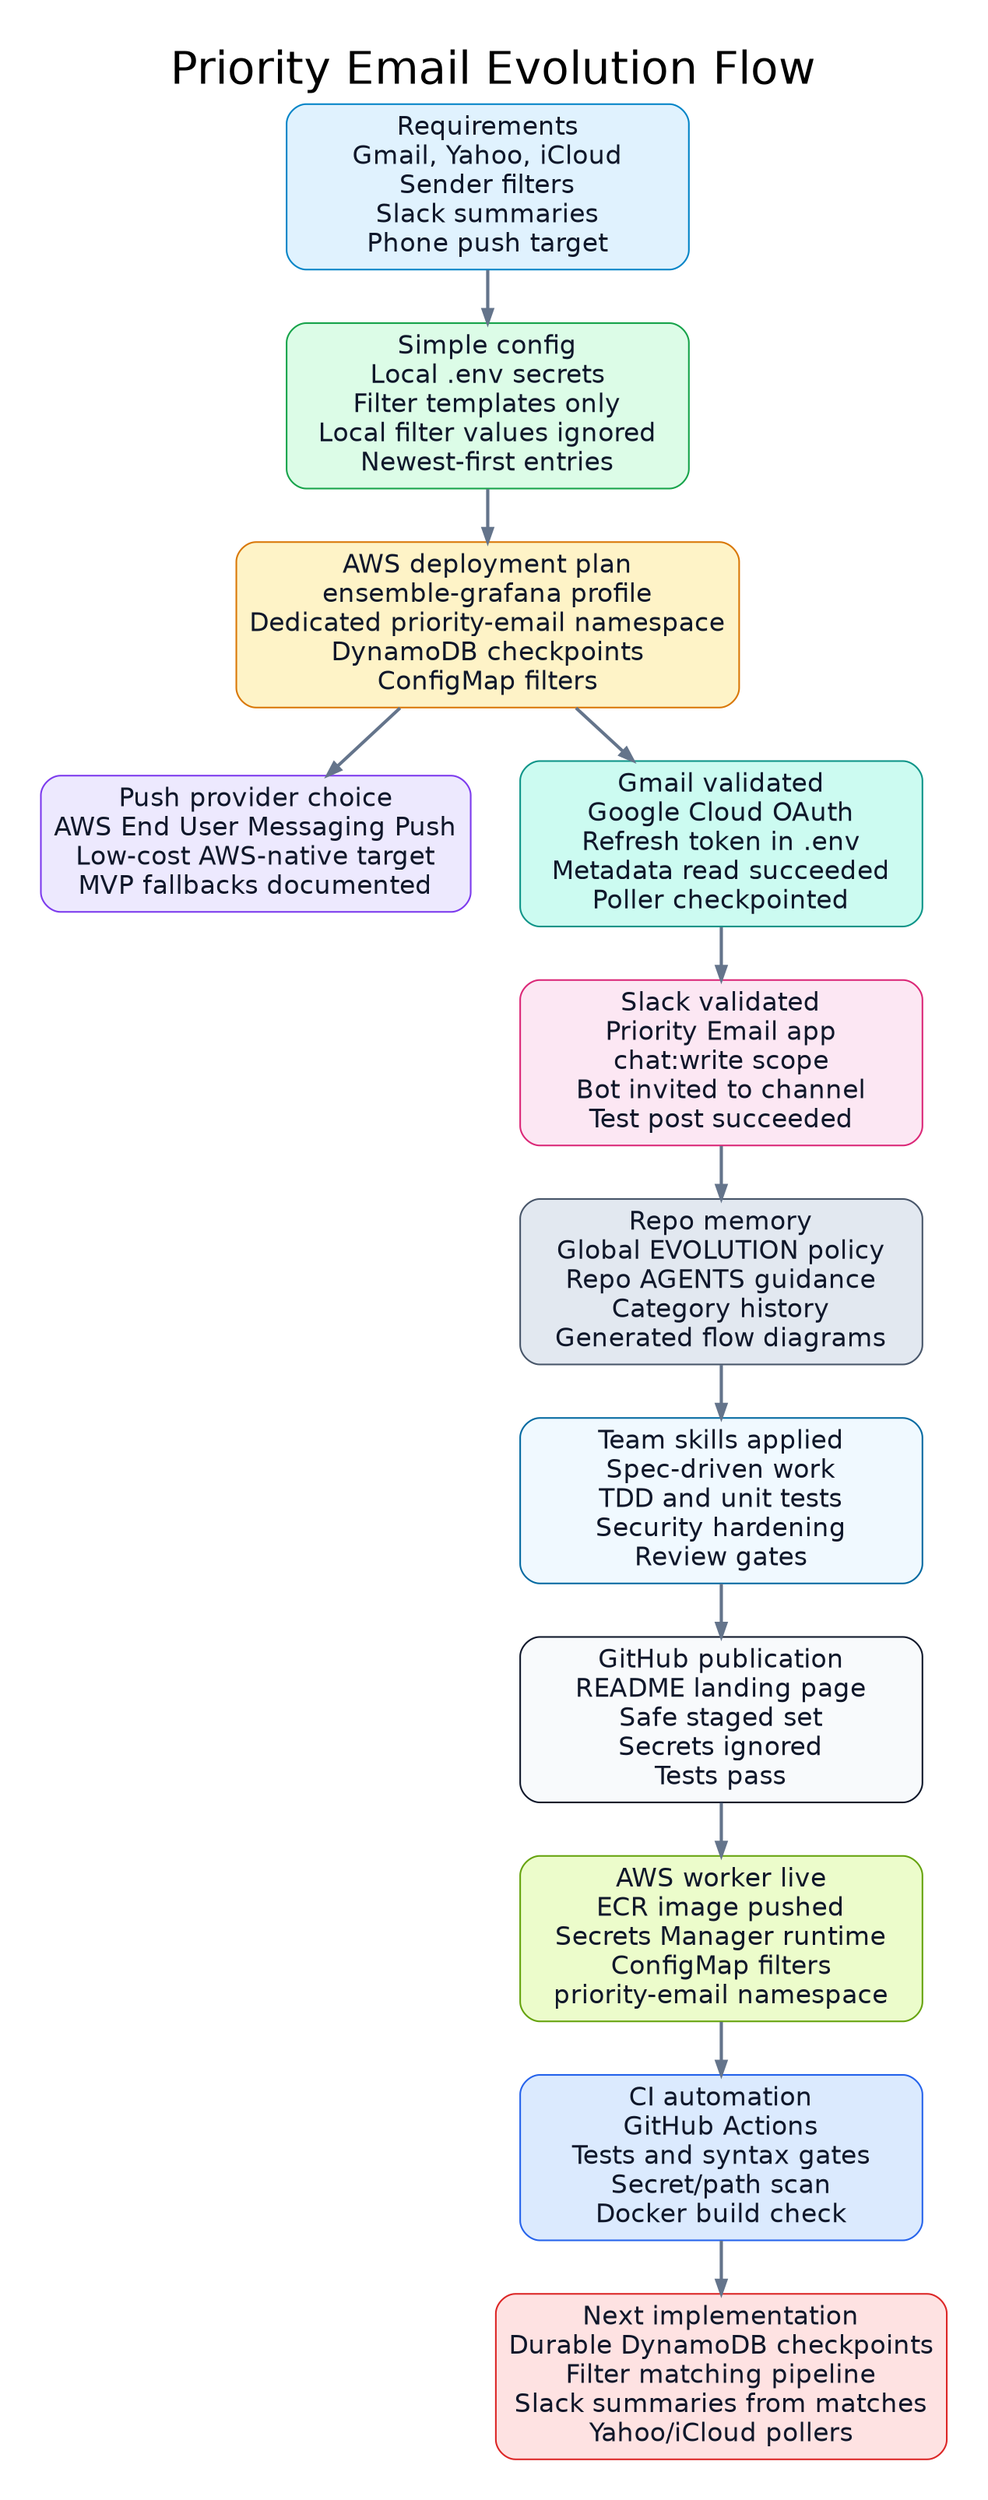
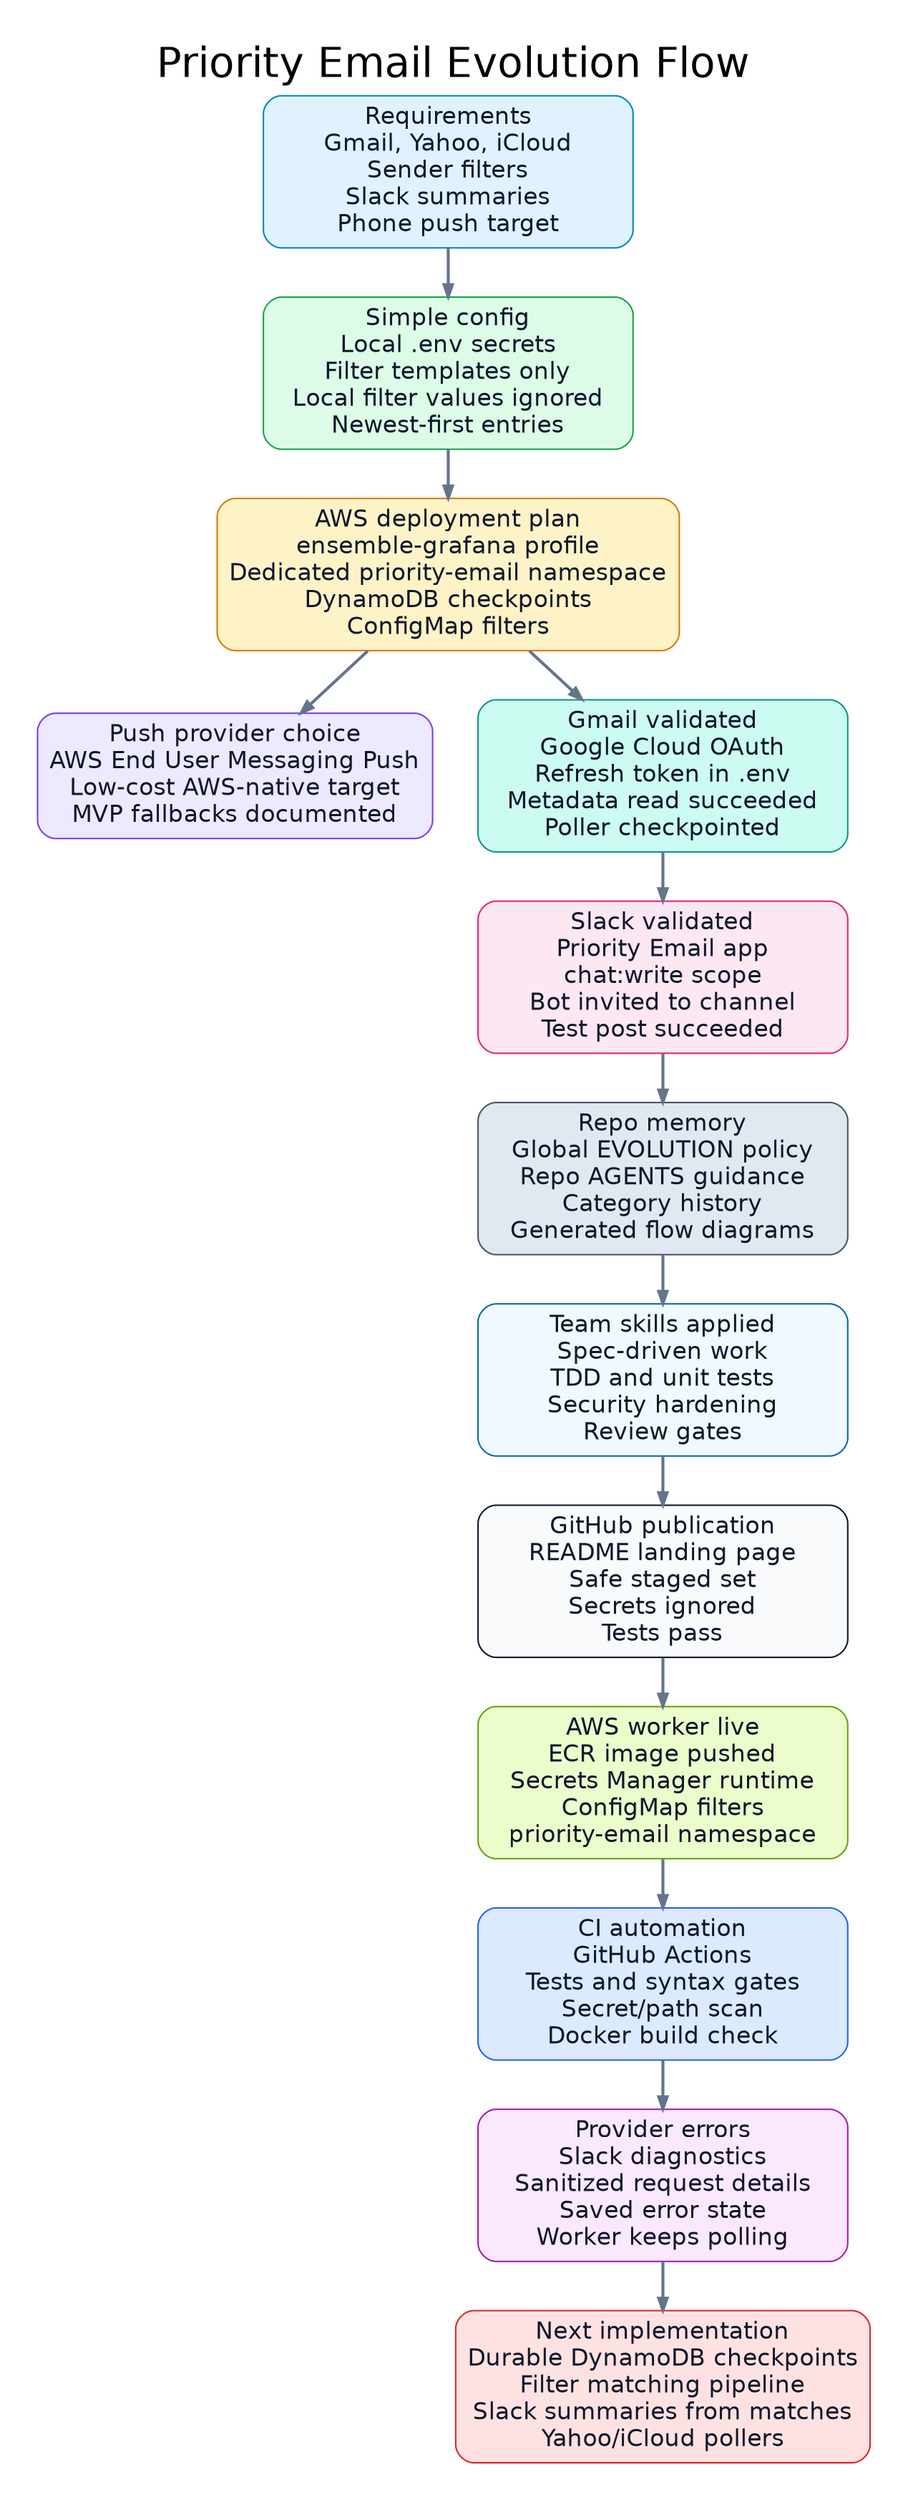
digraph priority_email_evolution_flow {
  graph [
    rankdir=TB,
    bgcolor="#ffffff",
    pad="0.35",
    nodesep="0.42",
    ranksep="0.46",
    fontname="Helvetica",
    fontsize=28,
    labelloc="t",
    label="Priority Email Evolution Flow"
  ];

  node [
    shape=box,
    style="rounded,filled",
    fontname="Helvetica",
    fontsize=16,
    margin="0.11,0.08",
    width=3.45,
    color="#334155",
    fontcolor="#0f172a"
  ];

  edge [
    color="#64748b",
    arrowsize=0.8,
    penwidth=2,
    fontname="Helvetica",
    fontsize=12,
    fontcolor="#334155"
  ];

  requirements [
    label="Requirements\nGmail, Yahoo, iCloud\nSender filters\nSlack summaries\nPhone push target",
    fillcolor="#e0f2fe",
    color="#0284c7"
  ];

  config [
    label="Simple config\nLocal .env secrets\nFilter templates only\nLocal filter values ignored\nNewest-first entries",
    fillcolor="#dcfce7",
    color="#16a34a"
  ];

  deployment [
    label="AWS deployment plan\nensemble-grafana profile\nDedicated priority-email namespace\nDynamoDB checkpoints\nConfigMap filters",
    fillcolor="#fef3c7",
    color="#d97706"
  ];

  push [
    label="Push provider choice\nAWS End User Messaging Push\nLow-cost AWS-native target\nMVP fallbacks documented",
    fillcolor="#ede9fe",
    color="#7c3aed"
  ];

  gmail [
    label="Gmail validated\nGoogle Cloud OAuth\nRefresh token in .env\nMetadata read succeeded\nPoller checkpointed",
    fillcolor="#ccfbf1",
    color="#0d9488"
  ];

  slack [
    label="Slack validated\nPriority Email app\nchat:write scope\nBot invited to channel\nTest post succeeded",
    fillcolor="#fce7f3",
    color="#db2777"
  ];

  policy [
    label="Repo memory\nGlobal EVOLUTION policy\nRepo AGENTS guidance\nCategory history\nGenerated flow diagrams",
    fillcolor="#e2e8f0",
    color="#475569"
  ];

  quality [
    label="Team skills applied\nSpec-driven work\nTDD and unit tests\nSecurity hardening\nReview gates",
    fillcolor="#f0f9ff",
    color="#0369a1"
  ];

  github [
    label="GitHub publication\nREADME landing page\nSafe staged set\nSecrets ignored\nTests pass",
    fillcolor="#f8fafc",
    color="#0f172a"
  ];

  aws_live [
    label="AWS worker live\nECR image pushed\nSecrets Manager runtime\nConfigMap filters\npriority-email namespace",
    fillcolor="#ecfccb",
    color="#65a30d"
  ];

  ci [
    label="CI automation\nGitHub Actions\nTests and syntax gates\nSecret/path scan\nDocker build check",
    fillcolor="#dbeafe",
    color="#2563eb"
  ];

+   provider_errors [
+     label="Provider errors\nSlack diagnostics\nSanitized request details\nSaved error state\nWorker keeps polling",
+     fillcolor="#fae8ff",
+     color="#a21caf"
+   ];
+ 
  next [
    label="Next implementation\nDurable DynamoDB checkpoints\nFilter matching pipeline\nSlack summaries from matches\nYahoo/iCloud pollers",
    fillcolor="#fee2e2",
    color="#dc2626"
  ];

  requirements -> config;
  config -> deployment;
  deployment -> push;
  deployment -> gmail;
  gmail -> slack;
  slack -> policy;
  policy -> quality;
  quality -> github;
  github -> aws_live;
  aws_live -> ci;
-   ci -> next;
+   ci -> provider_errors;
+   provider_errors -> next;
}
